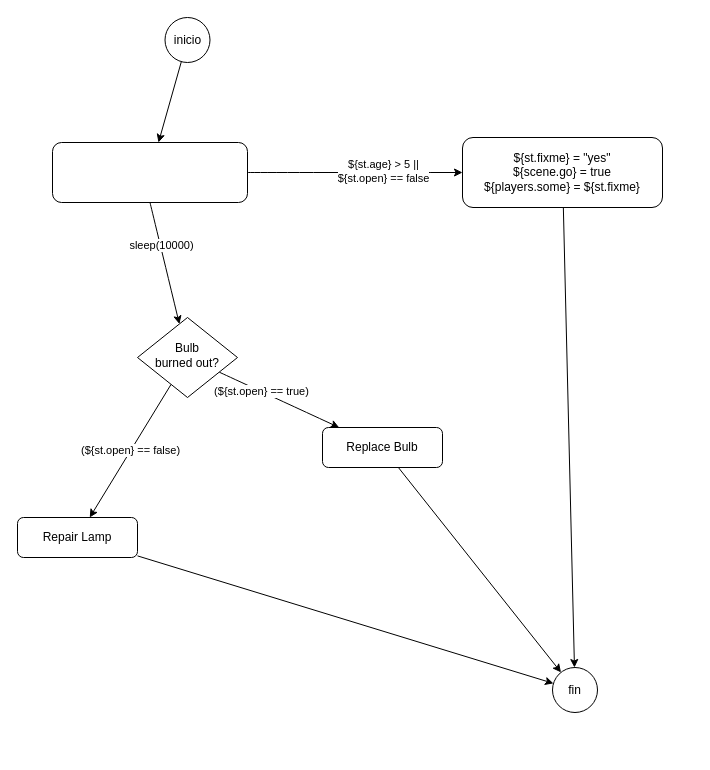
Before: data/ue/scenes/barla20.drawio in ejfdelgado/ejflab, a draw.io diagram. Source tidied: cells renumbered, new cells numbered last; positions are measured from the earlier drawing's top-left corner, leaving out a move shared by most shapes. Both pictures are drawn from the tidied source at 100%, with x=0, y=0 at pixel (17, 17).
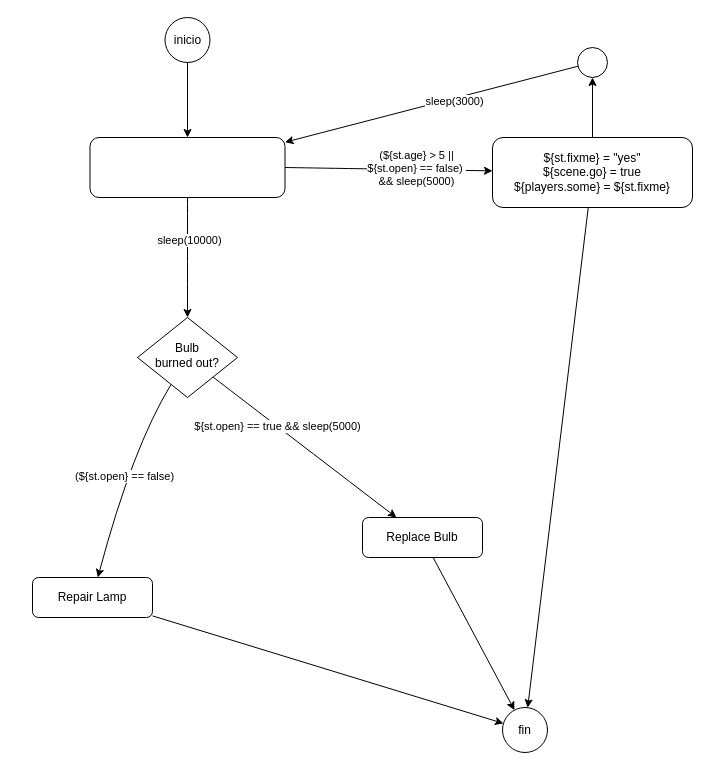
Above is the later version.

Commit message (it also covers changes not shown here):
se corrigen y validan los timers

The change refers to these unchanged cells:
```xml
<mxCell id="2" style="edgeStyle=none;curved=1;html=1;strokeColor=default;exitX=1;exitY=0.5;exitDx=0;exitDy=0;" parent="1" edge="1" source="18" target="7">
  <mxGeometry relative="1" as="geometry" />
</mxCell>
<mxCell id="8" style="edgeStyle=none;curved=1;html=1;strokeColor=default;" parent="1" edge="1" source="11" target="15">
  <mxGeometry relative="1" as="geometry" />
</mxCell>
```

What changed in the source:
```diff
@@
-    <mxCell id="3" value="${st.age} &amp;gt; 5 ||&lt;br&gt;${st.open} == false" style="edgeLabel;html=1;align=center;verticalAlign=middle;" parent="2" vertex="1">
+    <mxCell id="3" value="(${st.age} &amp;gt; 5 ||&lt;br&gt;${st.open} == false)&amp;nbsp;&lt;br&gt;&amp;amp;&amp;amp; sleep(5000)" style="edgeLabel;html=1;align=center;verticalAlign=middle;" parent="2" vertex="1">
       <mxGeometry x="0.26" y="2" relative="1" as="geometry" />
     </mxCell>
@@
+    <mxCell id="20" style="edgeStyle=none;html=1;" parent="1" edge="1" source="7" target="23">
+      <mxGeometry relative="1" as="geometry" />
+    </mxCell>
     <mxCell id="7" value="${st.fixme} = &quot;yes&quot;&lt;br&gt;${scene.go} = true&lt;br&gt;${players.some} = ${st.fixme}" style="rounded=1;whiteSpace=wrap;html=1;fontSize=12;glass=0;strokeWidth=1;shadow=0;" parent="1" vertex="1">
-      <mxGeometry x="445" y="120" width="200" height="70" as="geometry" />
+      <mxGeometry x="475" y="120" width="200" height="70" as="geometry" />
     </mxCell>
@@
-    <mxCell id="9" value="(${st.open} == true)" style="edgeLabel;html=1;align=center;verticalAlign=middle;" parent="8" vertex="1">
+    <mxCell id="9" value="${st.open} == true &amp;amp;&amp;amp; sleep(5000)" style="edgeLabel;html=1;align=center;verticalAlign=middle;" parent="8" vertex="1">
       <mxGeometry x="-0.31" relative="1" as="geometry" />
     </mxCell>
@@
     <mxCell id="13" value="Repair Lamp" style="rounded=1;whiteSpace=wrap;html=1;fontSize=12;glass=0;strokeWidth=1;shadow=0;" parent="1" vertex="1">
-      <mxGeometry y="500" width="120" height="40" as="geometry" />
+      <mxGeometry x="15" y="560" width="120" height="40" as="geometry" />
     </mxCell>
@@
     <mxCell id="15" value="Replace Bulb" style="rounded=1;whiteSpace=wrap;html=1;fontSize=12;glass=0;strokeWidth=1;shadow=0;" parent="1" vertex="1">
-      <mxGeometry x="305" y="410" width="120" height="40" as="geometry" />
+      <mxGeometry x="345" y="500" width="120" height="40" as="geometry" />
     </mxCell>
@@
     <mxCell id="18" style="rounded=1;whiteSpace=wrap;html=1;" parent="1" vertex="1">
-      <mxGeometry x="35" y="125" width="195" height="60" as="geometry" />
+      <mxGeometry x="72.5" y="120" width="195" height="60" as="geometry" />
     </mxCell>
     <mxCell id="19" value="fin" style="ellipse;whiteSpace=wrap;html=1;" parent="1" vertex="1">
-      <mxGeometry x="535" y="650" width="45" height="45" as="geometry" />
+      <mxGeometry x="485" y="690" width="45" height="45" as="geometry" />
     </mxCell>
+    <mxCell id="21" style="edgeStyle=none;html=1;" parent="1" edge="1" source="23" target="18">
+      <mxGeometry relative="1" as="geometry" />
+    </mxCell>
+    <mxCell id="22" value="sleep(3000)" style="edgeLabel;html=1;align=center;verticalAlign=middle;" parent="21" vertex="1">
+      <mxGeometry x="-0.15" y="3" relative="1" as="geometry">
+        <mxPoint y="-1" as="offset" />
+      </mxGeometry>
+    </mxCell>
+    <mxCell id="23" style="ellipse;whiteSpace=wrap;html=1;" parent="1" vertex="1">
+      <mxGeometry x="560" y="30" width="30" height="30" as="geometry" />
+    </mxCell>
```
